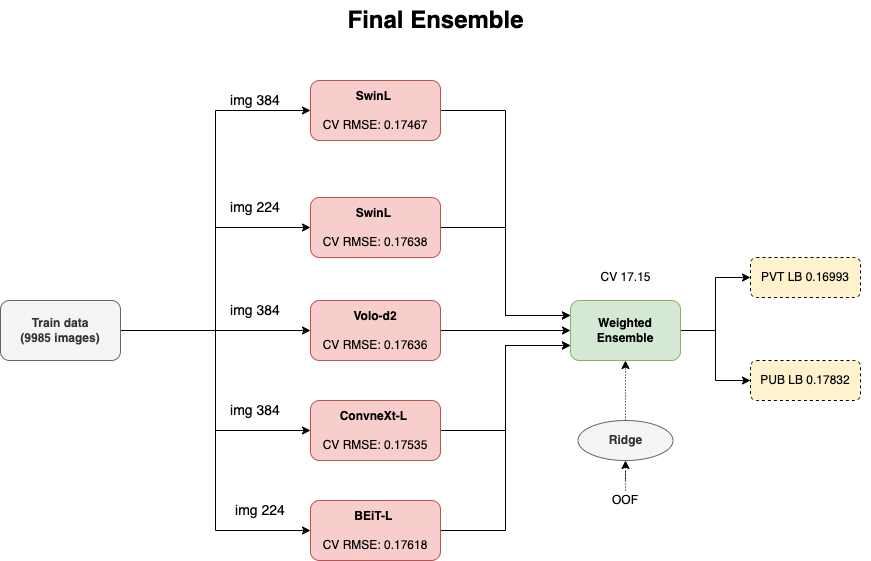
Before: 2022-01/final_ens.drawio.png, a diagram exported from draw.io (i-mein/Kaggle_images). Source tidied: cells renumbered, new cells last; positions are measured from the earlier drawing's top-left corner, leaving out a move shared by most shapes. Source of this version:
```xml
<mxGraphModel>
  <root>
    <mxCell id="0" />
    <mxCell id="1" parent="0" />
    <mxCell id="2" style="edgeStyle=orthogonalEdgeStyle;rounded=0;jettySize=auto;html=1;entryX=0;entryY=0.5;entryDx=0;entryDy=0;" parent="1" edge="1" source="4" target="7">
      <mxGeometry relative="1" as="geometry" />
    </mxCell>
    <mxCell id="3" style="edgeStyle=orthogonalEdgeStyle;rounded=0;jettySize=auto;html=1;entryX=0;entryY=0.5;entryDx=0;entryDy=0;" parent="1" edge="1" source="4" target="15">
      <mxGeometry relative="1" as="geometry" />
    </mxCell>
    <mxCell id="4" value="Weighted&lt;br&gt;Ensemble" style="rounded=1;whiteSpace=wrap;html=1;fillColor=#d5e8d4;strokeColor=#82b366;fontStyle=1;" parent="1" vertex="1">
      <mxGeometry x="570" y="300" width="110" height="60" as="geometry" />
    </mxCell>
    <mxCell id="5" style="edgeStyle=orthogonalEdgeStyle;rounded=0;jettySize=auto;html=1;entryX=0;entryY=0.25;entryDx=0;entryDy=0;" parent="1" edge="1" source="6" target="4">
      <mxGeometry relative="1" as="geometry" />
    </mxCell>
    <mxCell id="6" value="&lt;b&gt;SwinL&amp;nbsp;&lt;br&gt;&lt;br&gt;&lt;/b&gt;CV RMSE: 0.17467" style="rounded=1;whiteSpace=wrap;html=1;fillColor=#f8cecc;strokeColor=#b85450;verticalAlign=middle;" parent="1" vertex="1">
      <mxGeometry x="310" y="80" width="130" height="60" as="geometry" />
    </mxCell>
    <mxCell id="7" value="PVT LB 0.16993" style="rounded=1;whiteSpace=wrap;html=1;fillColor=#fff2cc;dashed=1;" parent="1" vertex="1">
      <mxGeometry x="750" y="257" width="110" height="40" as="geometry" />
    </mxCell>
    <mxCell id="8" value="Final Ensemble" style="text;strokeColor=none;fillColor=none;html=1;fontSize=24;fontStyle=1;verticalAlign=middle;align=center;" parent="1" vertex="1">
      <mxGeometry width="870" height="40" as="geometry" />
    </mxCell>
    <mxCell id="9" style="edgeStyle=orthogonalEdgeStyle;rounded=0;jettySize=auto;html=1;entryX=0;entryY=0.5;entryDx=0;entryDy=0;" parent="1" edge="1" source="14" target="6">
      <mxGeometry relative="1" as="geometry" />
    </mxCell>
    <mxCell id="10" style="edgeStyle=orthogonalEdgeStyle;rounded=0;jettySize=auto;html=1;entryX=0;entryY=0.5;entryDx=0;entryDy=0;" parent="1" edge="1" source="14" target="17">
      <mxGeometry relative="1" as="geometry" />
    </mxCell>
    <mxCell id="11" style="edgeStyle=orthogonalEdgeStyle;rounded=0;jettySize=auto;html=1;entryX=0;entryY=0.5;entryDx=0;entryDy=0;" parent="1" edge="1" source="14" target="19">
      <mxGeometry relative="1" as="geometry" />
    </mxCell>
    <mxCell id="12" style="edgeStyle=orthogonalEdgeStyle;rounded=0;jettySize=auto;html=1;entryX=0;entryY=0.5;entryDx=0;entryDy=0;" parent="1" edge="1" source="14" target="21">
      <mxGeometry relative="1" as="geometry" />
    </mxCell>
    <mxCell id="13" style="edgeStyle=orthogonalEdgeStyle;rounded=0;jettySize=auto;html=1;entryX=0;entryY=0.5;entryDx=0;entryDy=0;" parent="1" edge="1" source="14" target="23">
      <mxGeometry relative="1" as="geometry" />
    </mxCell>
    <mxCell id="14" value="Train data&lt;br&gt;(9985 images)" style="rounded=1;whiteSpace=wrap;html=1;fillColor=#f5f5f5;strokeColor=#666666;fontStyle=1;fontColor=#333333;" parent="1" vertex="1">
      <mxGeometry y="300" width="120" height="60" as="geometry" />
    </mxCell>
    <mxCell id="15" value="PUB LB 0.17832" style="rounded=1;whiteSpace=wrap;html=1;fillColor=#fff2cc;dashed=1;" parent="1" vertex="1">
      <mxGeometry x="750" y="360" width="110" height="40" as="geometry" />
    </mxCell>
    <mxCell id="16" style="edgeStyle=orthogonalEdgeStyle;rounded=0;jettySize=auto;html=1;entryX=0;entryY=0.25;entryDx=0;entryDy=0;" parent="1" edge="1" source="17" target="4">
      <mxGeometry relative="1" as="geometry" />
    </mxCell>
    <mxCell id="17" value="&lt;b&gt;SwinL&amp;nbsp;&lt;br&gt;&lt;br&gt;&lt;/b&gt;CV RMSE: 0.17638" style="rounded=1;whiteSpace=wrap;html=1;fillColor=#f8cecc;strokeColor=#b85450;verticalAlign=middle;" parent="1" vertex="1">
      <mxGeometry x="310" y="197" width="130" height="60" as="geometry" />
    </mxCell>
    <mxCell id="18" style="edgeStyle=orthogonalEdgeStyle;rounded=0;jettySize=auto;html=1;entryX=0;entryY=0.5;entryDx=0;entryDy=0;" parent="1" edge="1" source="19" target="4">
      <mxGeometry relative="1" as="geometry" />
    </mxCell>
    <mxCell id="19" value="&lt;b&gt;Volo-d2&lt;br&gt;&lt;br&gt;&lt;/b&gt;CV RMSE: 0.17636" style="rounded=1;whiteSpace=wrap;html=1;fillColor=#f8cecc;strokeColor=#b85450;verticalAlign=middle;" parent="1" vertex="1">
      <mxGeometry x="310" y="300" width="130" height="60" as="geometry" />
    </mxCell>
    <mxCell id="20" style="edgeStyle=orthogonalEdgeStyle;rounded=0;jettySize=auto;html=1;entryX=0;entryY=0.75;entryDx=0;entryDy=0;" parent="1" edge="1" source="21" target="4">
      <mxGeometry relative="1" as="geometry" />
    </mxCell>
    <mxCell id="21" value="&lt;b&gt;ConvneXt-L&amp;nbsp;&lt;br&gt;&lt;br&gt;&lt;/b&gt;CV RMSE: 0.17535" style="rounded=1;whiteSpace=wrap;html=1;fillColor=#f8cecc;strokeColor=#b85450;verticalAlign=middle;" parent="1" vertex="1">
      <mxGeometry x="310" y="400" width="130" height="60" as="geometry" />
    </mxCell>
    <mxCell id="22" style="edgeStyle=orthogonalEdgeStyle;rounded=0;jettySize=auto;html=1;entryX=0;entryY=0.75;entryDx=0;entryDy=0;" parent="1" edge="1" source="23" target="4">
      <mxGeometry relative="1" as="geometry" />
    </mxCell>
    <mxCell id="23" value="&lt;b&gt;BEiT-L&amp;nbsp;&lt;br&gt;&lt;br&gt;&lt;/b&gt;CV RMSE: 0.17618" style="rounded=1;whiteSpace=wrap;html=1;fillColor=#f8cecc;strokeColor=#b85450;verticalAlign=middle;" parent="1" vertex="1">
      <mxGeometry x="310" y="500" width="130" height="60" as="geometry" />
    </mxCell>
    <mxCell id="24" style="edgeStyle=orthogonalEdgeStyle;rounded=0;jettySize=auto;html=1;entryX=0.5;entryY=1;entryDx=0;entryDy=0;dashed=1;dashPattern=1 2;" parent="1" edge="1" source="25" target="4">
      <mxGeometry relative="1" as="geometry" />
    </mxCell>
    <mxCell id="25" value="Ridge" style="ellipse;whiteSpace=wrap;html=1;rounded=1;fontStyle=1;strokeColor=#666666;fillColor=#f5f5f5;fontColor=#333333;" parent="1" vertex="1">
      <mxGeometry x="577.5" y="420" width="95" height="40" as="geometry" />
    </mxCell>
    <mxCell id="26" style="edgeStyle=orthogonalEdgeStyle;rounded=0;jettySize=auto;html=1;dashed=1;dashPattern=1 2;" parent="1" edge="1" source="27" target="25">
      <mxGeometry relative="1" as="geometry" />
    </mxCell>
    <mxCell id="27" value="OOF" style="text;html=1;strokeColor=none;fillColor=none;align=center;verticalAlign=middle;whiteSpace=wrap;rounded=0;" parent="1" vertex="1">
      <mxGeometry x="605" y="490" width="40" height="20" as="geometry" />
    </mxCell>
    <mxCell id="28" value="img 384" style="text;html=1;strokeColor=none;fillColor=none;align=center;verticalAlign=middle;whiteSpace=wrap;rounded=0;fontSize=14;" parent="1" vertex="1">
      <mxGeometry x="220" y="90" width="70" height="20" as="geometry" />
    </mxCell>
    <mxCell id="29" value="img 224" style="text;html=1;strokeColor=none;fillColor=none;align=center;verticalAlign=middle;whiteSpace=wrap;rounded=0;fontSize=14;" parent="1" vertex="1">
      <mxGeometry x="225" y="197" width="60" height="20" as="geometry" />
    </mxCell>
    <mxCell id="30" value="img 384" style="text;html=1;strokeColor=none;fillColor=none;align=center;verticalAlign=middle;whiteSpace=wrap;rounded=0;fontSize=14;" parent="1" vertex="1">
      <mxGeometry x="225" y="300" width="60" height="20" as="geometry" />
    </mxCell>
    <mxCell id="31" value="img 384" style="text;html=1;strokeColor=none;fillColor=none;align=center;verticalAlign=middle;whiteSpace=wrap;rounded=0;fontSize=14;" parent="1" vertex="1">
      <mxGeometry x="225" y="400" width="60" height="20" as="geometry" />
    </mxCell>
    <mxCell id="32" value="img 224" style="text;html=1;strokeColor=none;fillColor=none;align=center;verticalAlign=middle;whiteSpace=wrap;rounded=0;fontSize=14;" parent="1" vertex="1">
      <mxGeometry x="230" y="500" width="60" height="20" as="geometry" />
    </mxCell>
    <mxCell id="33" value="CV 17.15" style="text;html=1;strokeColor=none;fillColor=none;align=center;verticalAlign=middle;whiteSpace=wrap;rounded=0;" parent="1" vertex="1">
      <mxGeometry x="592.5" y="267" width="65" height="20" as="geometry" />
    </mxCell>
  </root>
</mxGraphModel>
```
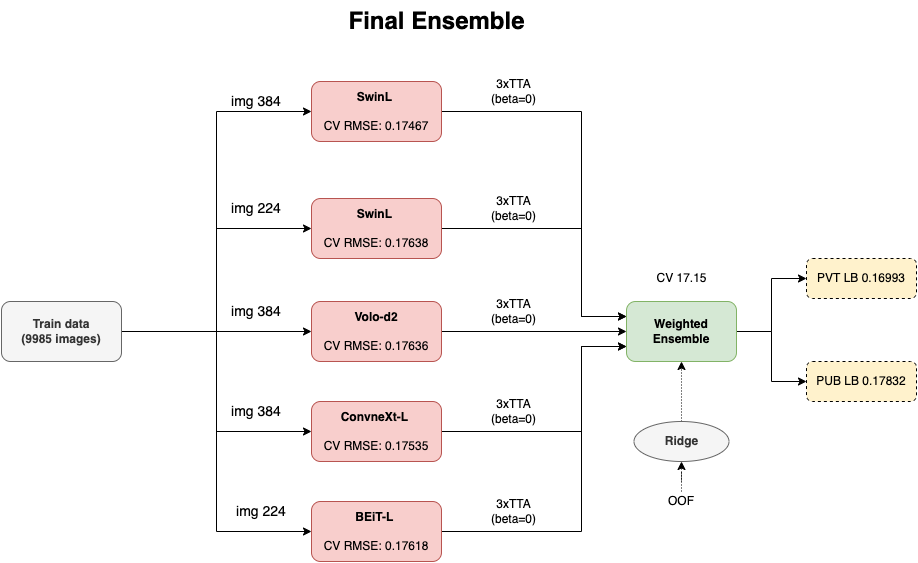
After the commit.

Change to the diagram source:
```diff
@@ -9,16 +9,21 @@
       <mxGeometry relative="1" as="geometry" />
     </mxCell>
     <mxCell id="4" value="Weighted&lt;br&gt;Ensemble" style="rounded=1;whiteSpace=wrap;html=1;fillColor=#d5e8d4;strokeColor=#82b366;fontStyle=1;" parent="1" vertex="1">
-      <mxGeometry x="570" y="300" width="110" height="60" as="geometry" />
+      <mxGeometry x="625" y="300" width="110" height="60" as="geometry" />
     </mxCell>
     <mxCell id="5" style="edgeStyle=orthogonalEdgeStyle;rounded=0;jettySize=auto;html=1;entryX=0;entryY=0.25;entryDx=0;entryDy=0;" parent="1" edge="1" source="6" target="4">
-      <mxGeometry relative="1" as="geometry" />
+      <mxGeometry relative="1" as="geometry">
+        <Array as="points">
+          <mxPoint x="580" y="110" />
+          <mxPoint x="580" y="315" />
+        </Array>
+      </mxGeometry>
     </mxCell>
     <mxCell id="6" value="&lt;b&gt;SwinL&amp;nbsp;&lt;br&gt;&lt;br&gt;&lt;/b&gt;CV RMSE: 0.17467" style="rounded=1;whiteSpace=wrap;html=1;fillColor=#f8cecc;strokeColor=#b85450;verticalAlign=middle;" parent="1" vertex="1">
       <mxGeometry x="310" y="80" width="130" height="60" as="geometry" />
     </mxCell>
     <mxCell id="7" value="PVT LB 0.16993" style="rounded=1;whiteSpace=wrap;html=1;fillColor=#fff2cc;dashed=1;" parent="1" vertex="1">
-      <mxGeometry x="750" y="257" width="110" height="40" as="geometry" />
+      <mxGeometry x="805" y="257" width="110" height="40" as="geometry" />
     </mxCell>
     <mxCell id="8" value="Final Ensemble" style="text;strokeColor=none;fillColor=none;html=1;fontSize=24;fontStyle=1;verticalAlign=middle;align=center;" parent="1" vertex="1">
       <mxGeometry width="870" height="40" as="geometry" />
@@ -42,10 +47,15 @@
       <mxGeometry y="300" width="120" height="60" as="geometry" />
     </mxCell>
     <mxCell id="15" value="PUB LB 0.17832" style="rounded=1;whiteSpace=wrap;html=1;fillColor=#fff2cc;dashed=1;" parent="1" vertex="1">
-      <mxGeometry x="750" y="360" width="110" height="40" as="geometry" />
+      <mxGeometry x="805" y="360" width="110" height="40" as="geometry" />
     </mxCell>
     <mxCell id="16" style="edgeStyle=orthogonalEdgeStyle;rounded=0;jettySize=auto;html=1;entryX=0;entryY=0.25;entryDx=0;entryDy=0;" parent="1" edge="1" source="17" target="4">
-      <mxGeometry relative="1" as="geometry" />
+      <mxGeometry relative="1" as="geometry">
+        <Array as="points">
+          <mxPoint x="580" y="227" />
+          <mxPoint x="580" y="315" />
+        </Array>
+      </mxGeometry>
     </mxCell>
     <mxCell id="17" value="&lt;b&gt;SwinL&amp;nbsp;&lt;br&gt;&lt;br&gt;&lt;/b&gt;CV RMSE: 0.17638" style="rounded=1;whiteSpace=wrap;html=1;fillColor=#f8cecc;strokeColor=#b85450;verticalAlign=middle;" parent="1" vertex="1">
       <mxGeometry x="310" y="197" width="130" height="60" as="geometry" />
@@ -57,13 +67,23 @@
       <mxGeometry x="310" y="300" width="130" height="60" as="geometry" />
     </mxCell>
     <mxCell id="20" style="edgeStyle=orthogonalEdgeStyle;rounded=0;jettySize=auto;html=1;entryX=0;entryY=0.75;entryDx=0;entryDy=0;" parent="1" edge="1" source="21" target="4">
-      <mxGeometry relative="1" as="geometry" />
+      <mxGeometry relative="1" as="geometry">
+        <Array as="points">
+          <mxPoint x="580" y="430" />
+          <mxPoint x="580" y="345" />
+        </Array>
+      </mxGeometry>
     </mxCell>
     <mxCell id="21" value="&lt;b&gt;ConvneXt-L&amp;nbsp;&lt;br&gt;&lt;br&gt;&lt;/b&gt;CV RMSE: 0.17535" style="rounded=1;whiteSpace=wrap;html=1;fillColor=#f8cecc;strokeColor=#b85450;verticalAlign=middle;" parent="1" vertex="1">
       <mxGeometry x="310" y="400" width="130" height="60" as="geometry" />
     </mxCell>
     <mxCell id="22" style="edgeStyle=orthogonalEdgeStyle;rounded=0;jettySize=auto;html=1;entryX=0;entryY=0.75;entryDx=0;entryDy=0;" parent="1" edge="1" source="23" target="4">
-      <mxGeometry relative="1" as="geometry" />
+      <mxGeometry relative="1" as="geometry">
+        <Array as="points">
+          <mxPoint x="580" y="530" />
+          <mxPoint x="580" y="345" />
+        </Array>
+      </mxGeometry>
     </mxCell>
     <mxCell id="23" value="&lt;b&gt;BEiT-L&amp;nbsp;&lt;br&gt;&lt;br&gt;&lt;/b&gt;CV RMSE: 0.17618" style="rounded=1;whiteSpace=wrap;html=1;fillColor=#f8cecc;strokeColor=#b85450;verticalAlign=middle;" parent="1" vertex="1">
       <mxGeometry x="310" y="500" width="130" height="60" as="geometry" />
@@ -72,13 +92,13 @@
       <mxGeometry relative="1" as="geometry" />
     </mxCell>
     <mxCell id="25" value="Ridge" style="ellipse;whiteSpace=wrap;html=1;rounded=1;fontStyle=1;strokeColor=#666666;fillColor=#f5f5f5;fontColor=#333333;" parent="1" vertex="1">
-      <mxGeometry x="577.5" y="420" width="95" height="40" as="geometry" />
+      <mxGeometry x="632.5" y="420" width="95" height="40" as="geometry" />
     </mxCell>
     <mxCell id="26" style="edgeStyle=orthogonalEdgeStyle;rounded=0;jettySize=auto;html=1;dashed=1;dashPattern=1 2;" parent="1" edge="1" source="27" target="25">
       <mxGeometry relative="1" as="geometry" />
     </mxCell>
     <mxCell id="27" value="OOF" style="text;html=1;strokeColor=none;fillColor=none;align=center;verticalAlign=middle;whiteSpace=wrap;rounded=0;" parent="1" vertex="1">
-      <mxGeometry x="605" y="490" width="40" height="20" as="geometry" />
+      <mxGeometry x="660" y="490" width="40" height="20" as="geometry" />
     </mxCell>
     <mxCell id="28" value="img 384" style="text;html=1;strokeColor=none;fillColor=none;align=center;verticalAlign=middle;whiteSpace=wrap;rounded=0;fontSize=14;" parent="1" vertex="1">
       <mxGeometry x="220" y="90" width="70" height="20" as="geometry" />
@@ -96,7 +116,22 @@
       <mxGeometry x="230" y="500" width="60" height="20" as="geometry" />
     </mxCell>
     <mxCell id="33" value="CV 17.15" style="text;html=1;strokeColor=none;fillColor=none;align=center;verticalAlign=middle;whiteSpace=wrap;rounded=0;" parent="1" vertex="1">
-      <mxGeometry x="592.5" y="267" width="65" height="20" as="geometry" />
+      <mxGeometry x="647.5" y="267" width="65" height="20" as="geometry" />
     </mxCell>
+    <mxCell id="34" value="3xTTA (beta=0)" style="text;html=1;strokeColor=none;fillColor=none;align=center;verticalAlign=middle;whiteSpace=wrap;rounded=0;" parent="1" vertex="1">
+      <mxGeometry x="480" y="80" width="65" height="20" as="geometry" />
+    </mxCell>
+    <mxCell id="35" value="3xTTA (beta=0)" style="text;html=1;strokeColor=none;fillColor=none;align=center;verticalAlign=middle;whiteSpace=wrap;rounded=0;" parent="1" vertex="1">
+      <mxGeometry x="480" y="197" width="65" height="20" as="geometry" />
+    </mxCell>
+    <mxCell id="36" value="3xTTA (beta=0)" style="text;html=1;strokeColor=none;fillColor=none;align=center;verticalAlign=middle;whiteSpace=wrap;rounded=0;" parent="1" vertex="1">
+      <mxGeometry x="480" y="300" width="65" height="20" as="geometry" />
+    </mxCell>
+    <mxCell id="37" value="3xTTA (beta=0)" style="text;html=1;strokeColor=none;fillColor=none;align=center;verticalAlign=middle;whiteSpace=wrap;rounded=0;" parent="1" vertex="1">
+      <mxGeometry x="480" y="400" width="65" height="20" as="geometry" />
+    </mxCell>
+    <mxCell id="38" value="3xTTA (beta=0)" style="text;html=1;strokeColor=none;fillColor=none;align=center;verticalAlign=middle;whiteSpace=wrap;rounded=0;" parent="1" vertex="1">
+      <mxGeometry x="480" y="500" width="65" height="20" as="geometry" />
+    </mxCell>
   </root>
 </mxGraphModel>
```
